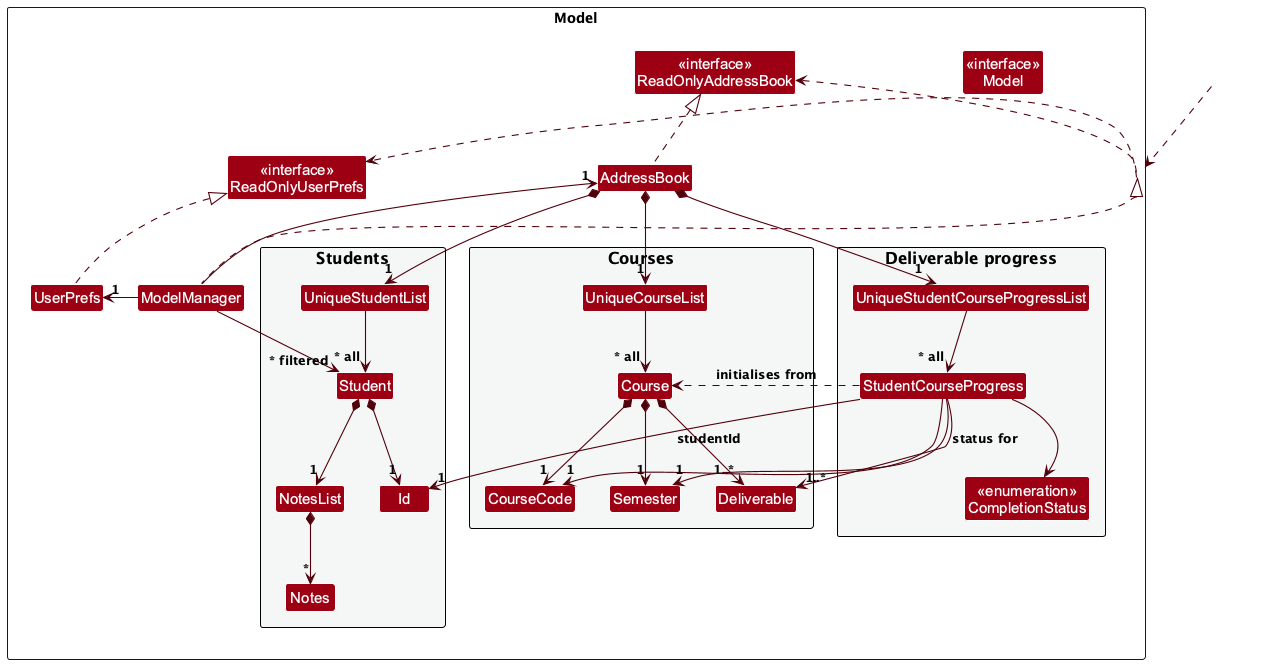
This is docs/images/ModelClassDiagram.png from AY2627S1-CS2103-F11-1/tp, a PlantUML export, as it was before one commit.
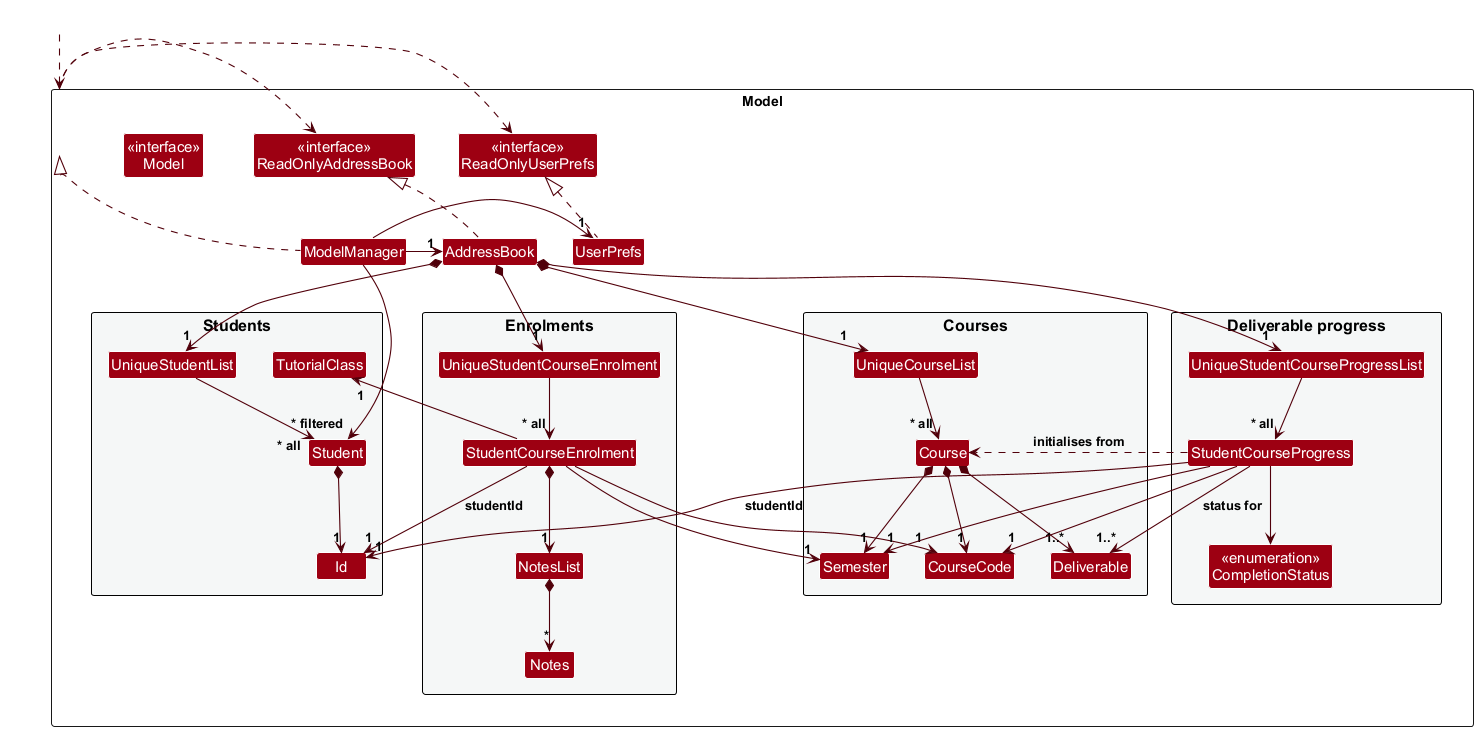
The same diagram one commit later.

Commit message:
Correct enrolment model diagram

Show course-specific notes and tutorial classes on StudentCourseEnrolment, matching the current progress model.

What changed in the source:
```diff
@@ -16,6 +16,12 @@
 Class UniqueStudentList
 Class Student
 Class Id
+Class TutorialClass
+}
+
+package "Enrolments" #F4F6F6 {
+Class UniqueStudentCourseEnrolment
+Class StudentCourseEnrolment
 Class NotesList
 Class Notes
 }
@@ -50,14 +56,20 @@
 
 AddressBook *-down-> "1" UniqueStudentList
 AddressBook *-down-> "1" UniqueCourseList
+AddressBook *-down-> "1" UniqueStudentCourseEnrolment
 AddressBook *-down-> "1" UniqueStudentCourseProgressList
 
 UniqueStudentList --> "~* all" Student
 UniqueCourseList --> "~* all" Course
+UniqueStudentCourseEnrolment --> "~* all" StudentCourseEnrolment
 UniqueStudentCourseProgressList --> "~* all" StudentCourseProgress
 
 Student *--> "1" Id
-Student *--> "1" NotesList
+StudentCourseEnrolment --> "1" Id : studentId
+StudentCourseEnrolment --> "1" CourseCode
+StudentCourseEnrolment --> "1" Semester
+StudentCourseEnrolment --> "1" TutorialClass
+StudentCourseEnrolment *--> "1" NotesList
 NotesList *--> "*" Notes
 
 Course *--> "1" CourseCode
@@ -71,8 +83,10 @@
 StudentCourseProgress --> "1..*" Deliverable : status for
 StudentCourseProgress --> CompletionStatus
 
-UniqueStudentList -[hidden]right- UniqueCourseList
+UniqueStudentList -[hidden]right- UniqueStudentCourseEnrolment
+UniqueStudentCourseEnrolment -[hidden]right- UniqueCourseList
 UniqueCourseList -[hidden]right- UniqueStudentCourseProgressList
-Student -[hidden]right- Course
+Student -[hidden]right- StudentCourseEnrolment
+StudentCourseEnrolment -[hidden]right- Course
 Course -[hidden]right- StudentCourseProgress
 @enduml
```
